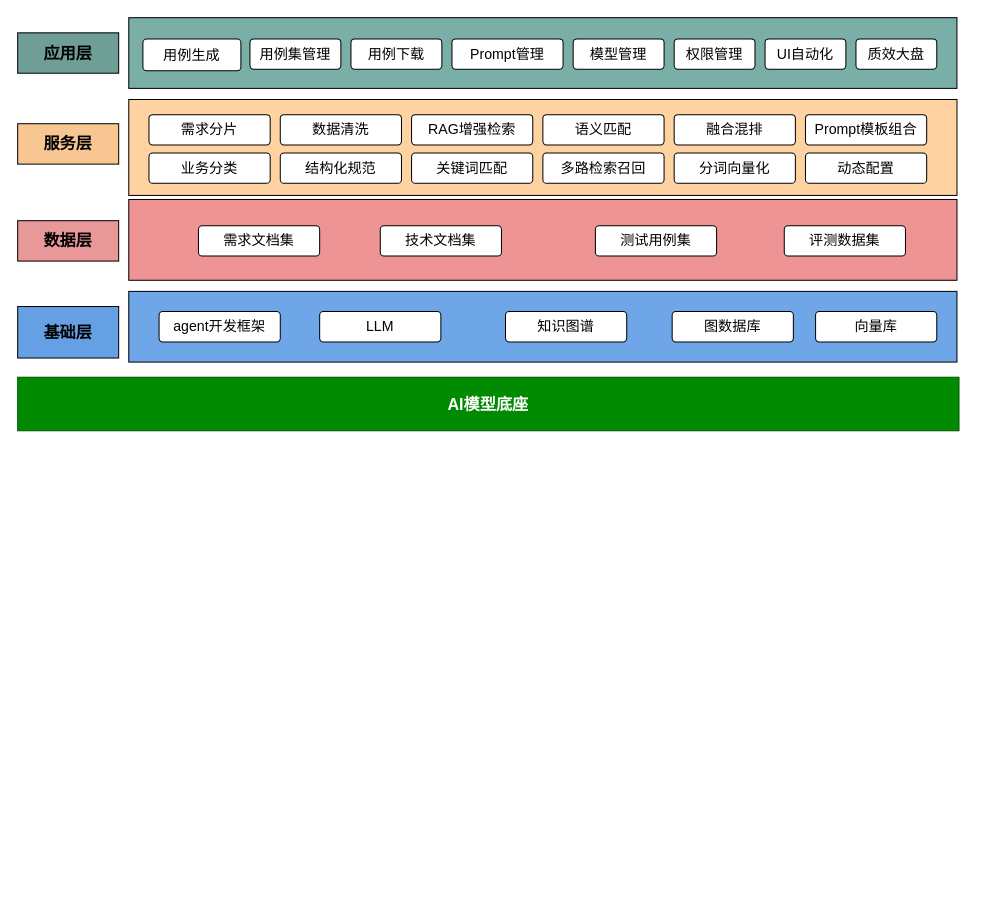
dongjinmin-710/my-darwio keeps this draw.io diagram as 好未来/AI用例/架构图.drawio. Above is the earlier version. Source tidied: cells renumbered, new cells numbered last; positions are measured from the earlier drawing's top-left corner, leaving out a move shared by most shapes. Both pictures are drawn from the tidied source at 101%, with x=0, y=0 at pixel (17, 17).
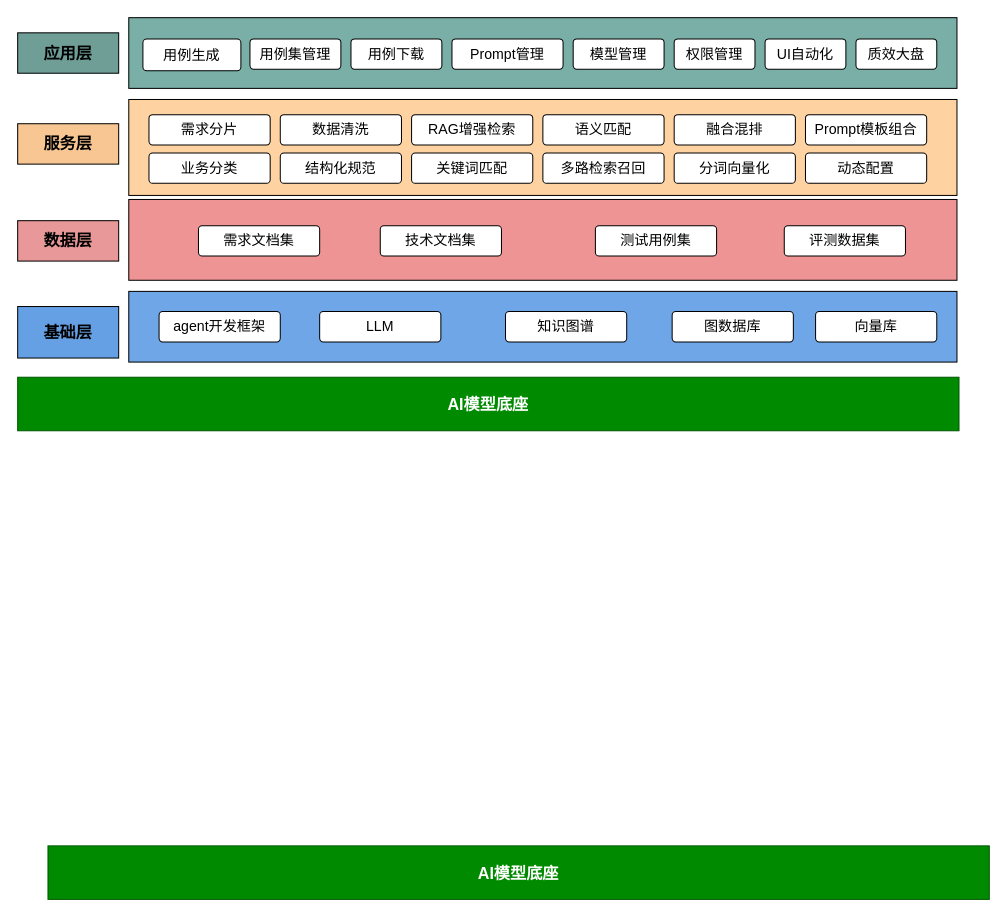
The same diagram, later.

Commit message:
更新架构图.drawio

The edit, as a diff of the source:
```diff
@@
+    <mxCell id="40" value="AI模型底座" style="rounded=0;whiteSpace=wrap;html=1;fillColor=#008a00;strokeColor=#005700;fontSize=16;fontStyle=1;fontColor=#ffffff;" parent="1" vertex="1">
+      <mxGeometry x="30" y="820" width="932" height="53" as="geometry" />
+    </mxCell>
```
